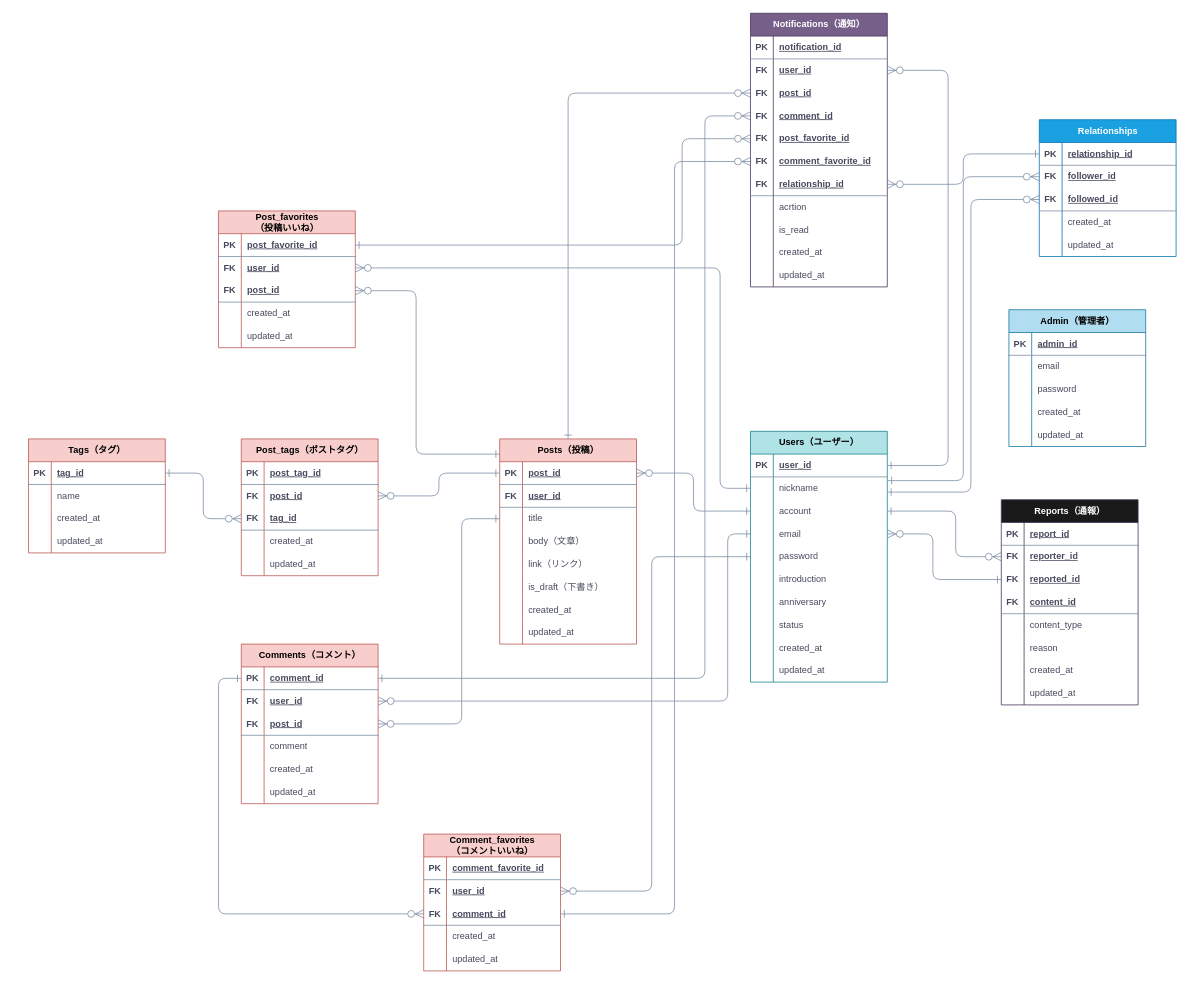
The draw.io diagram 2seeds.drawio in Ganmo3/drawio, before the edit. Source tidied: cells renumbered, new cells numbered last; positions are measured from the earlier drawing's top-left corner, leaving out a move shared by most shapes. Both pictures are drawn from the tidied source at 76%, with x=0, y=0 at pixel (13, 13).
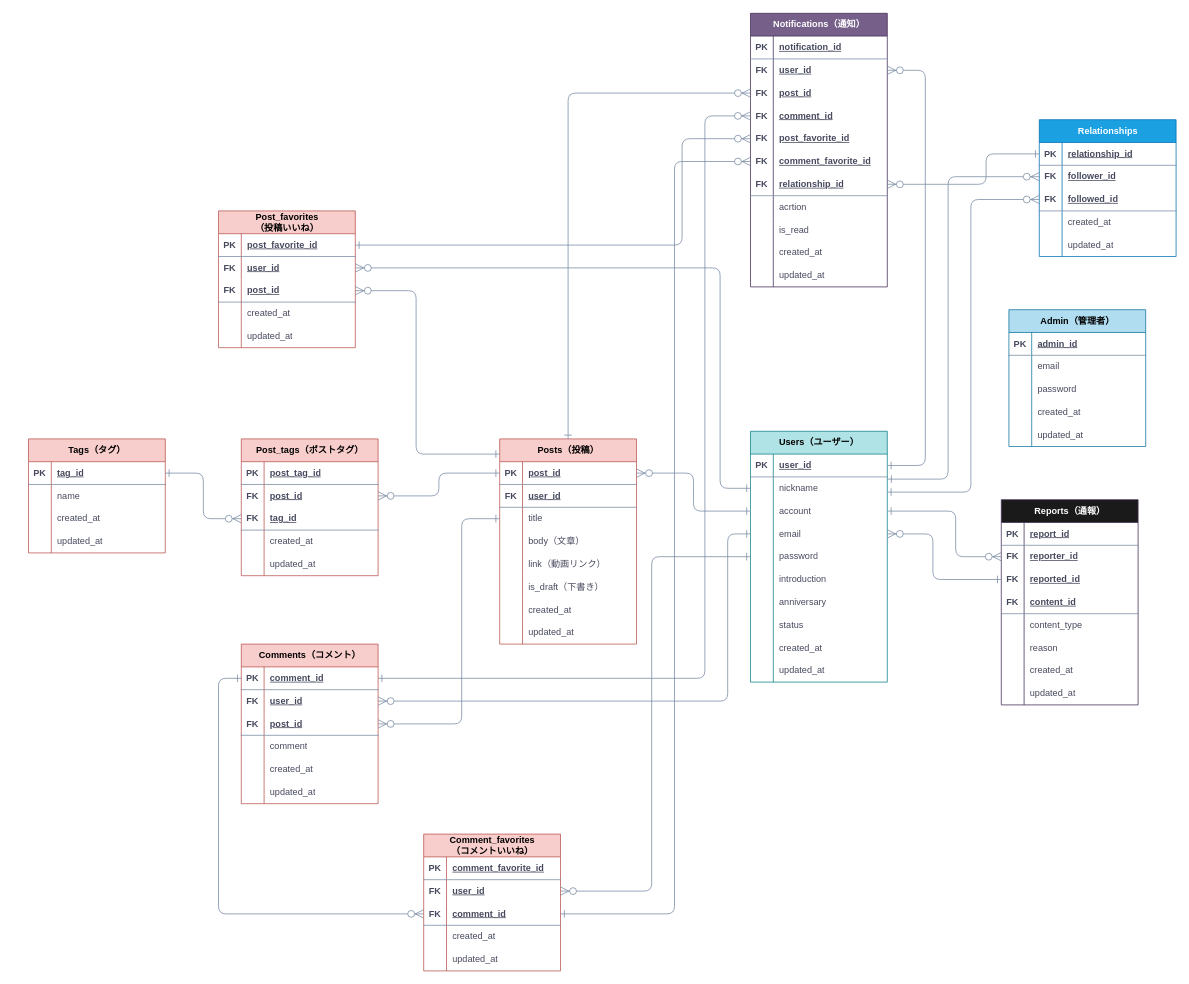
The same diagram, later.

Commit message:
2seeds.drawio を更新します

Unchanged cells that the change refers to:
```xml
<mxCell id="19" style="shape=tableRow;horizontal=0;startSize=0;swimlaneHead=0;swimlaneBody=0;fillColor=none;points=[[0,0.5],[1,0.5]];portConstraint=eastwest;top=0;left=0;right=0;bottom=1;strokeColor=#788AA3;fontFamily=Helvetica;fontSize=12;fontColor=#46495D;html=1;labelBackgroundColor=none;" parent="18" vertex="1">
  <mxGeometry y="30" width="180" height="30" as="geometry" />
</mxCell>
<mxCell id="22" style="shape=tableRow;horizontal=0;startSize=0;swimlaneHead=0;swimlaneBody=0;fillColor=none;points=[[0,0.5],[1,0.5]];portConstraint=eastwest;top=0;left=0;right=0;bottom=0;strokeColor=#788AA3;fontFamily=Helvetica;fontSize=12;fontColor=#46495D;html=1;labelBackgroundColor=none;" parent="18" vertex="1">
  <mxGeometry y="60" width="180" height="30" as="geometry" />
</mxCell>
<mxCell id="66" style="shape=tableRow;horizontal=0;startSize=0;swimlaneHead=0;swimlaneBody=0;fillColor=none;top=0;left=0;right=0;bottom=0;strokeColor=#788AA3;fontFamily=Helvetica;fontSize=12;fontColor=#46495D;html=1;labelBackgroundColor=none;" parent="53" vertex="1">
  <mxGeometry y="150" width="180" height="30" as="geometry" />
</mxCell>
<mxCell id="119" style="shape=tableRow;horizontal=0;startSize=0;swimlaneHead=0;swimlaneBody=0;fillColor=none;points=[[0,0.5],[1,0.5]];portConstraint=eastwest;top=0;left=0;right=0;bottom=1;strokeColor=#788AA3;fontFamily=Helvetica;fontSize=12;fontColor=#46495D;html=1;labelBackgroundColor=none;" parent="118" vertex="1">
  <mxGeometry y="30" width="180" height="30" as="geometry" />
</mxCell>
<mxCell id="122" style="shape=tableRow;horizontal=0;startSize=0;swimlaneHead=0;swimlaneBody=0;fillColor=none;points=[[0,0.5],[1,0.5]];portConstraint=eastwest;top=0;left=0;right=0;bottom=0;strokeColor=#788AA3;fontFamily=Helvetica;fontSize=12;fontColor=#46495D;html=1;labelBackgroundColor=none;" parent="118" vertex="1">
  <mxGeometry y="60" width="180" height="30" as="geometry" />
</mxCell>
<mxCell id="139" style="shape=tableRow;horizontal=0;startSize=0;swimlaneHead=0;swimlaneBody=0;fillColor=none;points=[[0,0.5],[1,0.5]];portConstraint=eastwest;top=0;left=0;right=0;bottom=0;strokeColor=#788AA3;fontFamily=Helvetica;fontSize=12;fontColor=#46495D;html=1;labelBackgroundColor=none;" parent="135" vertex="1">
  <mxGeometry y="60" width="180" height="30" as="geometry" />
</mxCell>
<mxCell id="154" style="shape=tableRow;horizontal=0;startSize=0;swimlaneHead=0;swimlaneBody=0;fillColor=none;points=[[0,0.5],[1,0.5]];portConstraint=eastwest;top=0;left=0;right=0;bottom=1;strokeColor=#788AA3;fontFamily=Helvetica;fontSize=12;fontColor=#46495D;html=1;labelBackgroundColor=none;" parent="135" vertex="1">
  <mxGeometry y="210" width="180" height="30" as="geometry" />
</mxCell>
```

What changed in the source:
```diff
@@
-    <mxCell id="68" value="link（リンク）" style="shape=partialRectangle;fillColor=none;top=0;left=0;bottom=0;right=0;align=left;spacingLeft=6;overflow=hidden;whiteSpace=wrap;html=1;strokeColor=#788AA3;fontFamily=Helvetica;fontSize=12;fontColor=#46495D;startSize=23;labelBackgroundColor=none;" parent="66" vertex="1">
+    <mxCell id="68" value="link（動画リンク）" style="shape=partialRectangle;fillColor=none;top=0;left=0;bottom=0;right=0;align=left;spacingLeft=6;overflow=hidden;whiteSpace=wrap;html=1;strokeColor=#788AA3;fontFamily=Helvetica;fontSize=12;fontColor=#46495D;startSize=23;labelBackgroundColor=none;" parent="66" vertex="1">
       <mxGeometry x="30" width="150" height="30" as="geometry" />
     </mxCell>
@@
-    <mxCell id="134" style="edgeStyle=elbowEdgeStyle;fontSize=12;html=1;endArrow=ERzeroToMany;endFill=1;fontFamily=Helvetica;fontColor=default;startSize=8;rounded=1;startArrow=ERone;startFill=0;endSize=9;labelBackgroundColor=none;strokeColor=#788AA3;entryX=0;entryY=0.5;entryDx=0;entryDy=0;exitX=1.004;exitY=0.163;exitDx=0;exitDy=0;exitPerimeter=0;" parent="1" edge="1" target="122">
+    <mxCell id="134" style="edgeStyle=elbowEdgeStyle;fontSize=12;html=1;endArrow=ERzeroToMany;endFill=1;fontFamily=Helvetica;fontColor=default;startSize=8;rounded=1;startArrow=ERone;startFill=0;endSize=9;labelBackgroundColor=none;strokeColor=#788AA3;entryX=0;entryY=0.5;entryDx=0;entryDy=0;exitX=1.002;exitY=0.097;exitDx=0;exitDy=0;exitPerimeter=0;" parent="1" edge="1" source="22" target="122">
       <mxGeometry relative="1" as="geometry">
-        <mxPoint x="1150.7" y="614.9" as="sourcePoint" />
+        <Array as="points">
+          <mxPoint x="1230" y="320" />
+          <mxPoint x="1210" y="420" />
+        </Array>
       </mxGeometry>
     </mxCell>
@@
     <mxCell id="202" style="edgeStyle=elbowEdgeStyle;fontSize=12;html=1;endArrow=ERzeroToMany;endFill=1;fontFamily=Helvetica;fontColor=default;startSize=8;rounded=1;startArrow=ERone;startFill=0;endSize=9;labelBackgroundColor=none;strokeColor=#788AA3;entryX=1;entryY=0.5;entryDx=0;entryDy=0;exitX=0;exitY=0.5;exitDx=0;exitDy=0;" parent="1" edge="1" source="119" target="154">
-      <mxGeometry relative="1" as="geometry" />
+      <mxGeometry relative="1" as="geometry">
+        <Array as="points">
+          <mxPoint x="1280" y="220" />
+        </Array>
+      </mxGeometry>
     </mxCell>
@@
     <mxCell id="204" style="edgeStyle=elbowEdgeStyle;fontSize=12;html=1;endArrow=ERzeroToMany;endFill=1;fontFamily=Helvetica;fontColor=default;startSize=8;rounded=1;startArrow=ERone;startFill=0;endSize=9;labelBackgroundColor=none;strokeColor=#788AA3;exitX=1;exitY=0.5;exitDx=0;exitDy=0;entryX=1;entryY=0.5;entryDx=0;entryDy=0;" parent="1" edge="1" source="19" target="139">
       <mxGeometry relative="1" as="geometry">
         <Array as="points">
-          <mxPoint x="1230" y="310" />
+          <mxPoint x="1200" y="340" />
         </Array>
       </mxGeometry>
     </mxCell>
```
